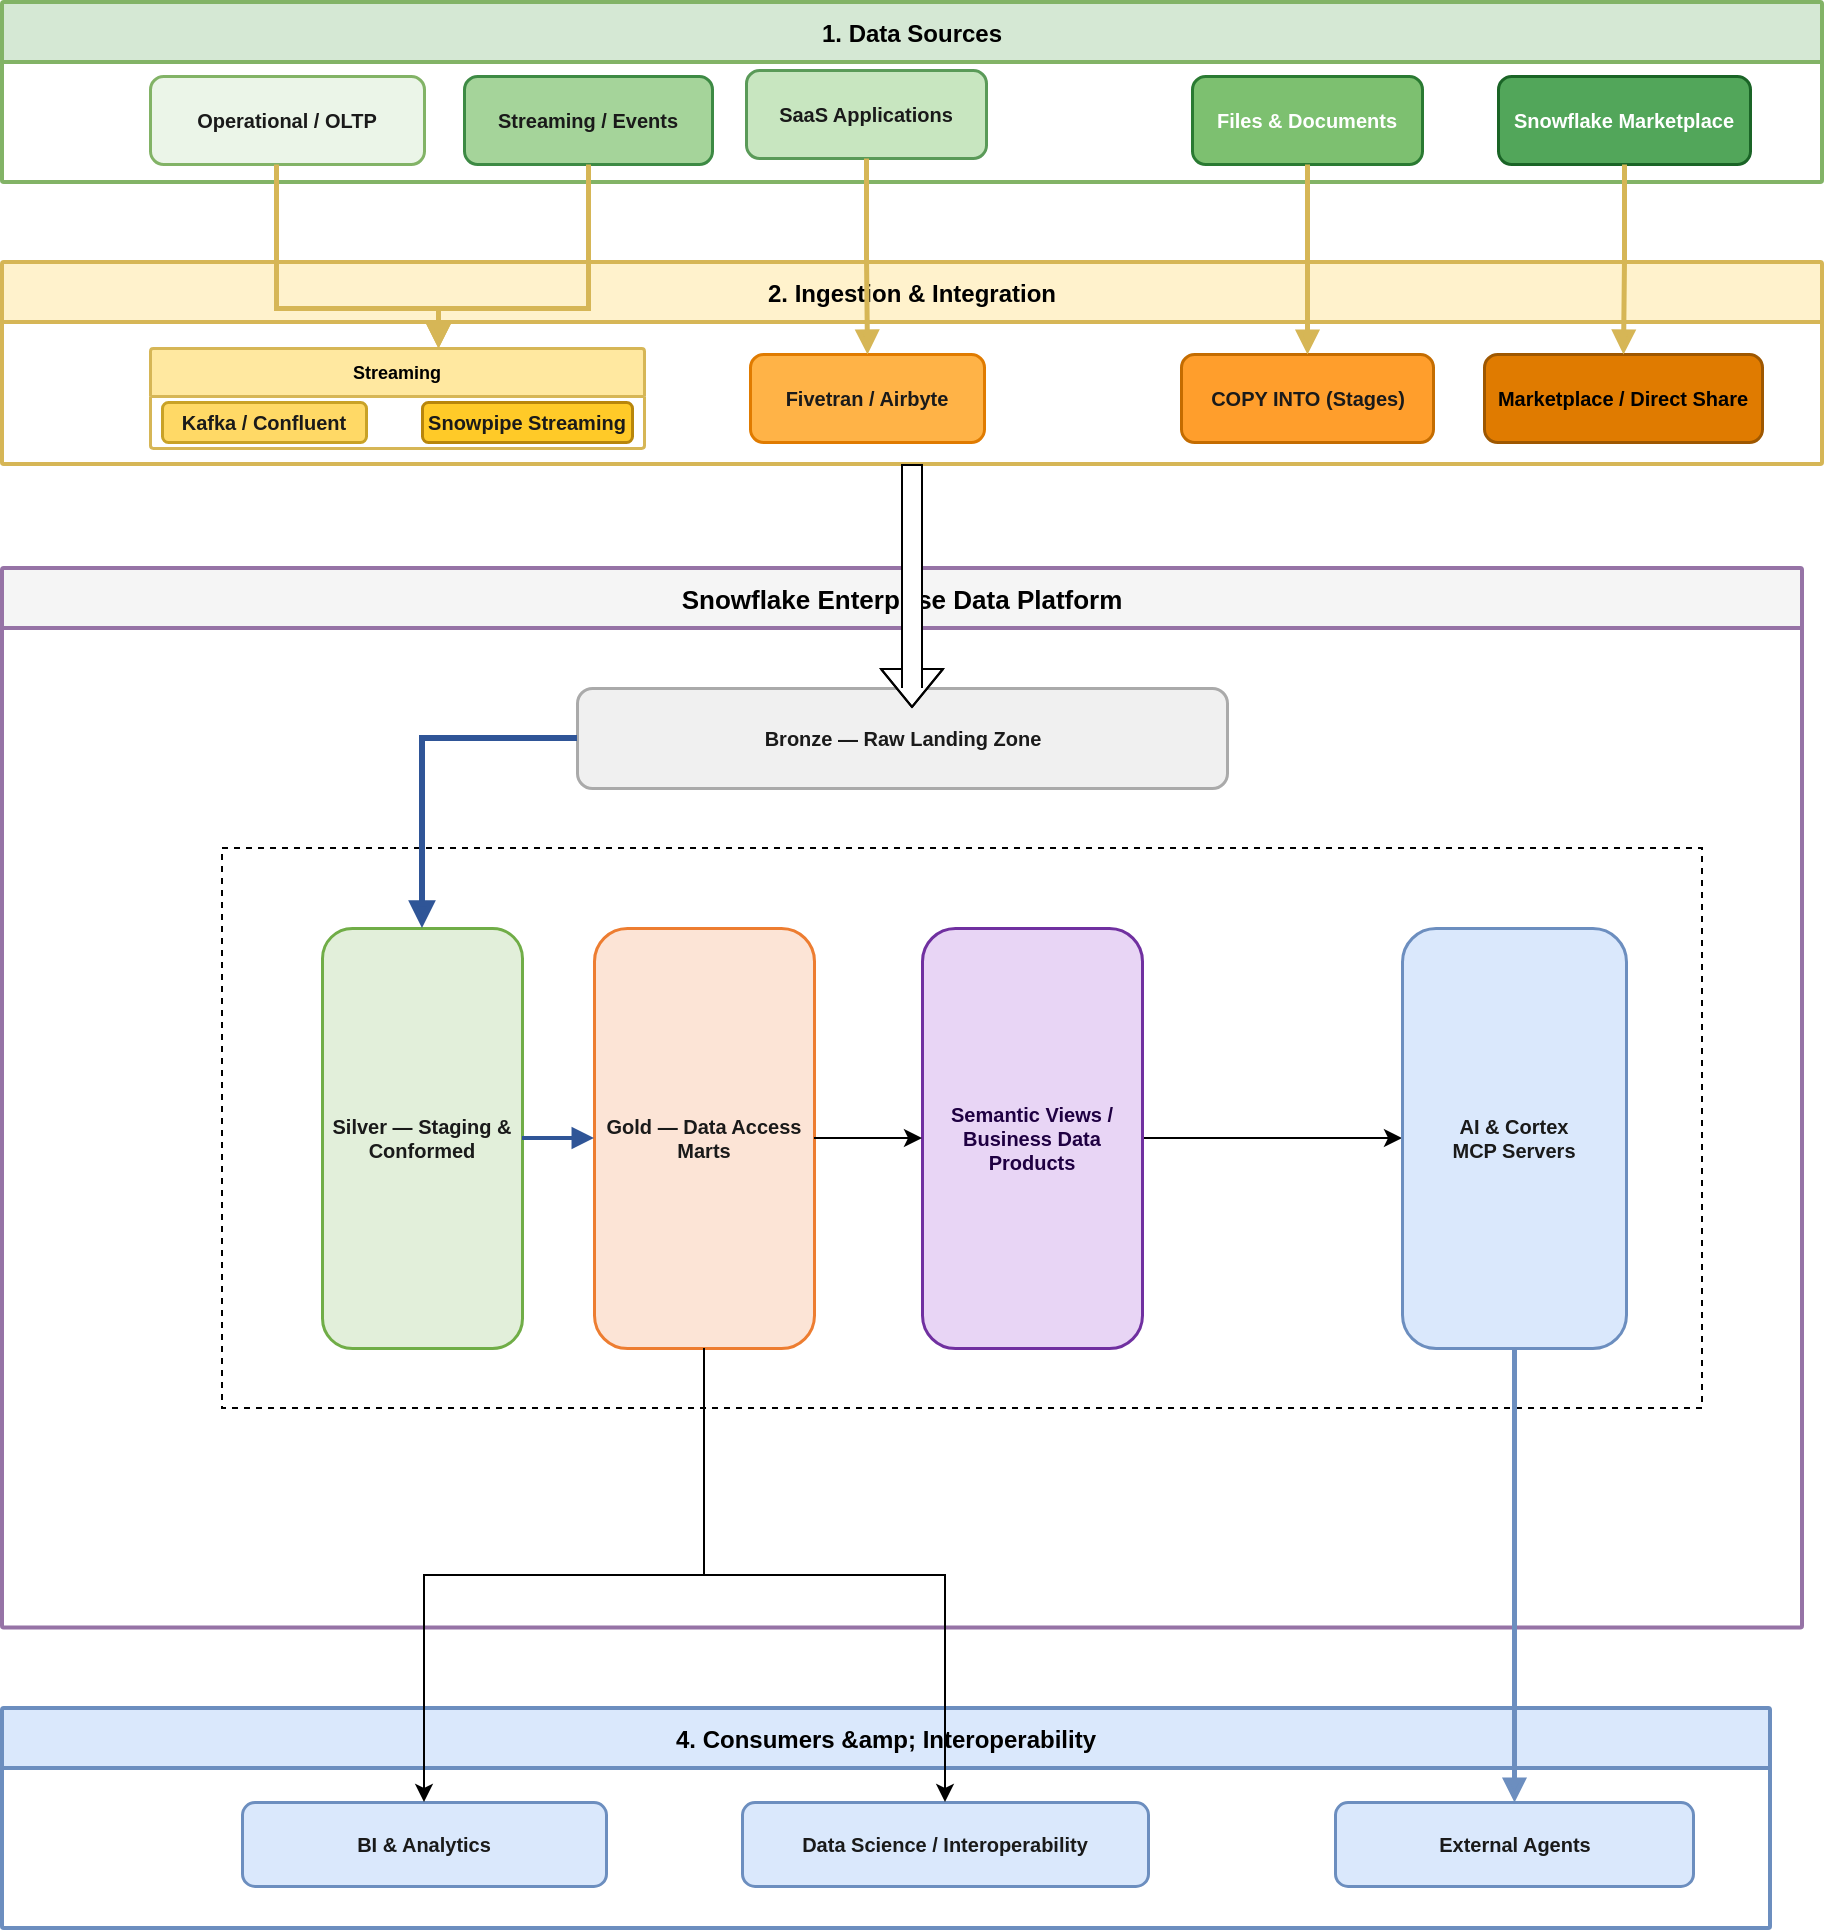
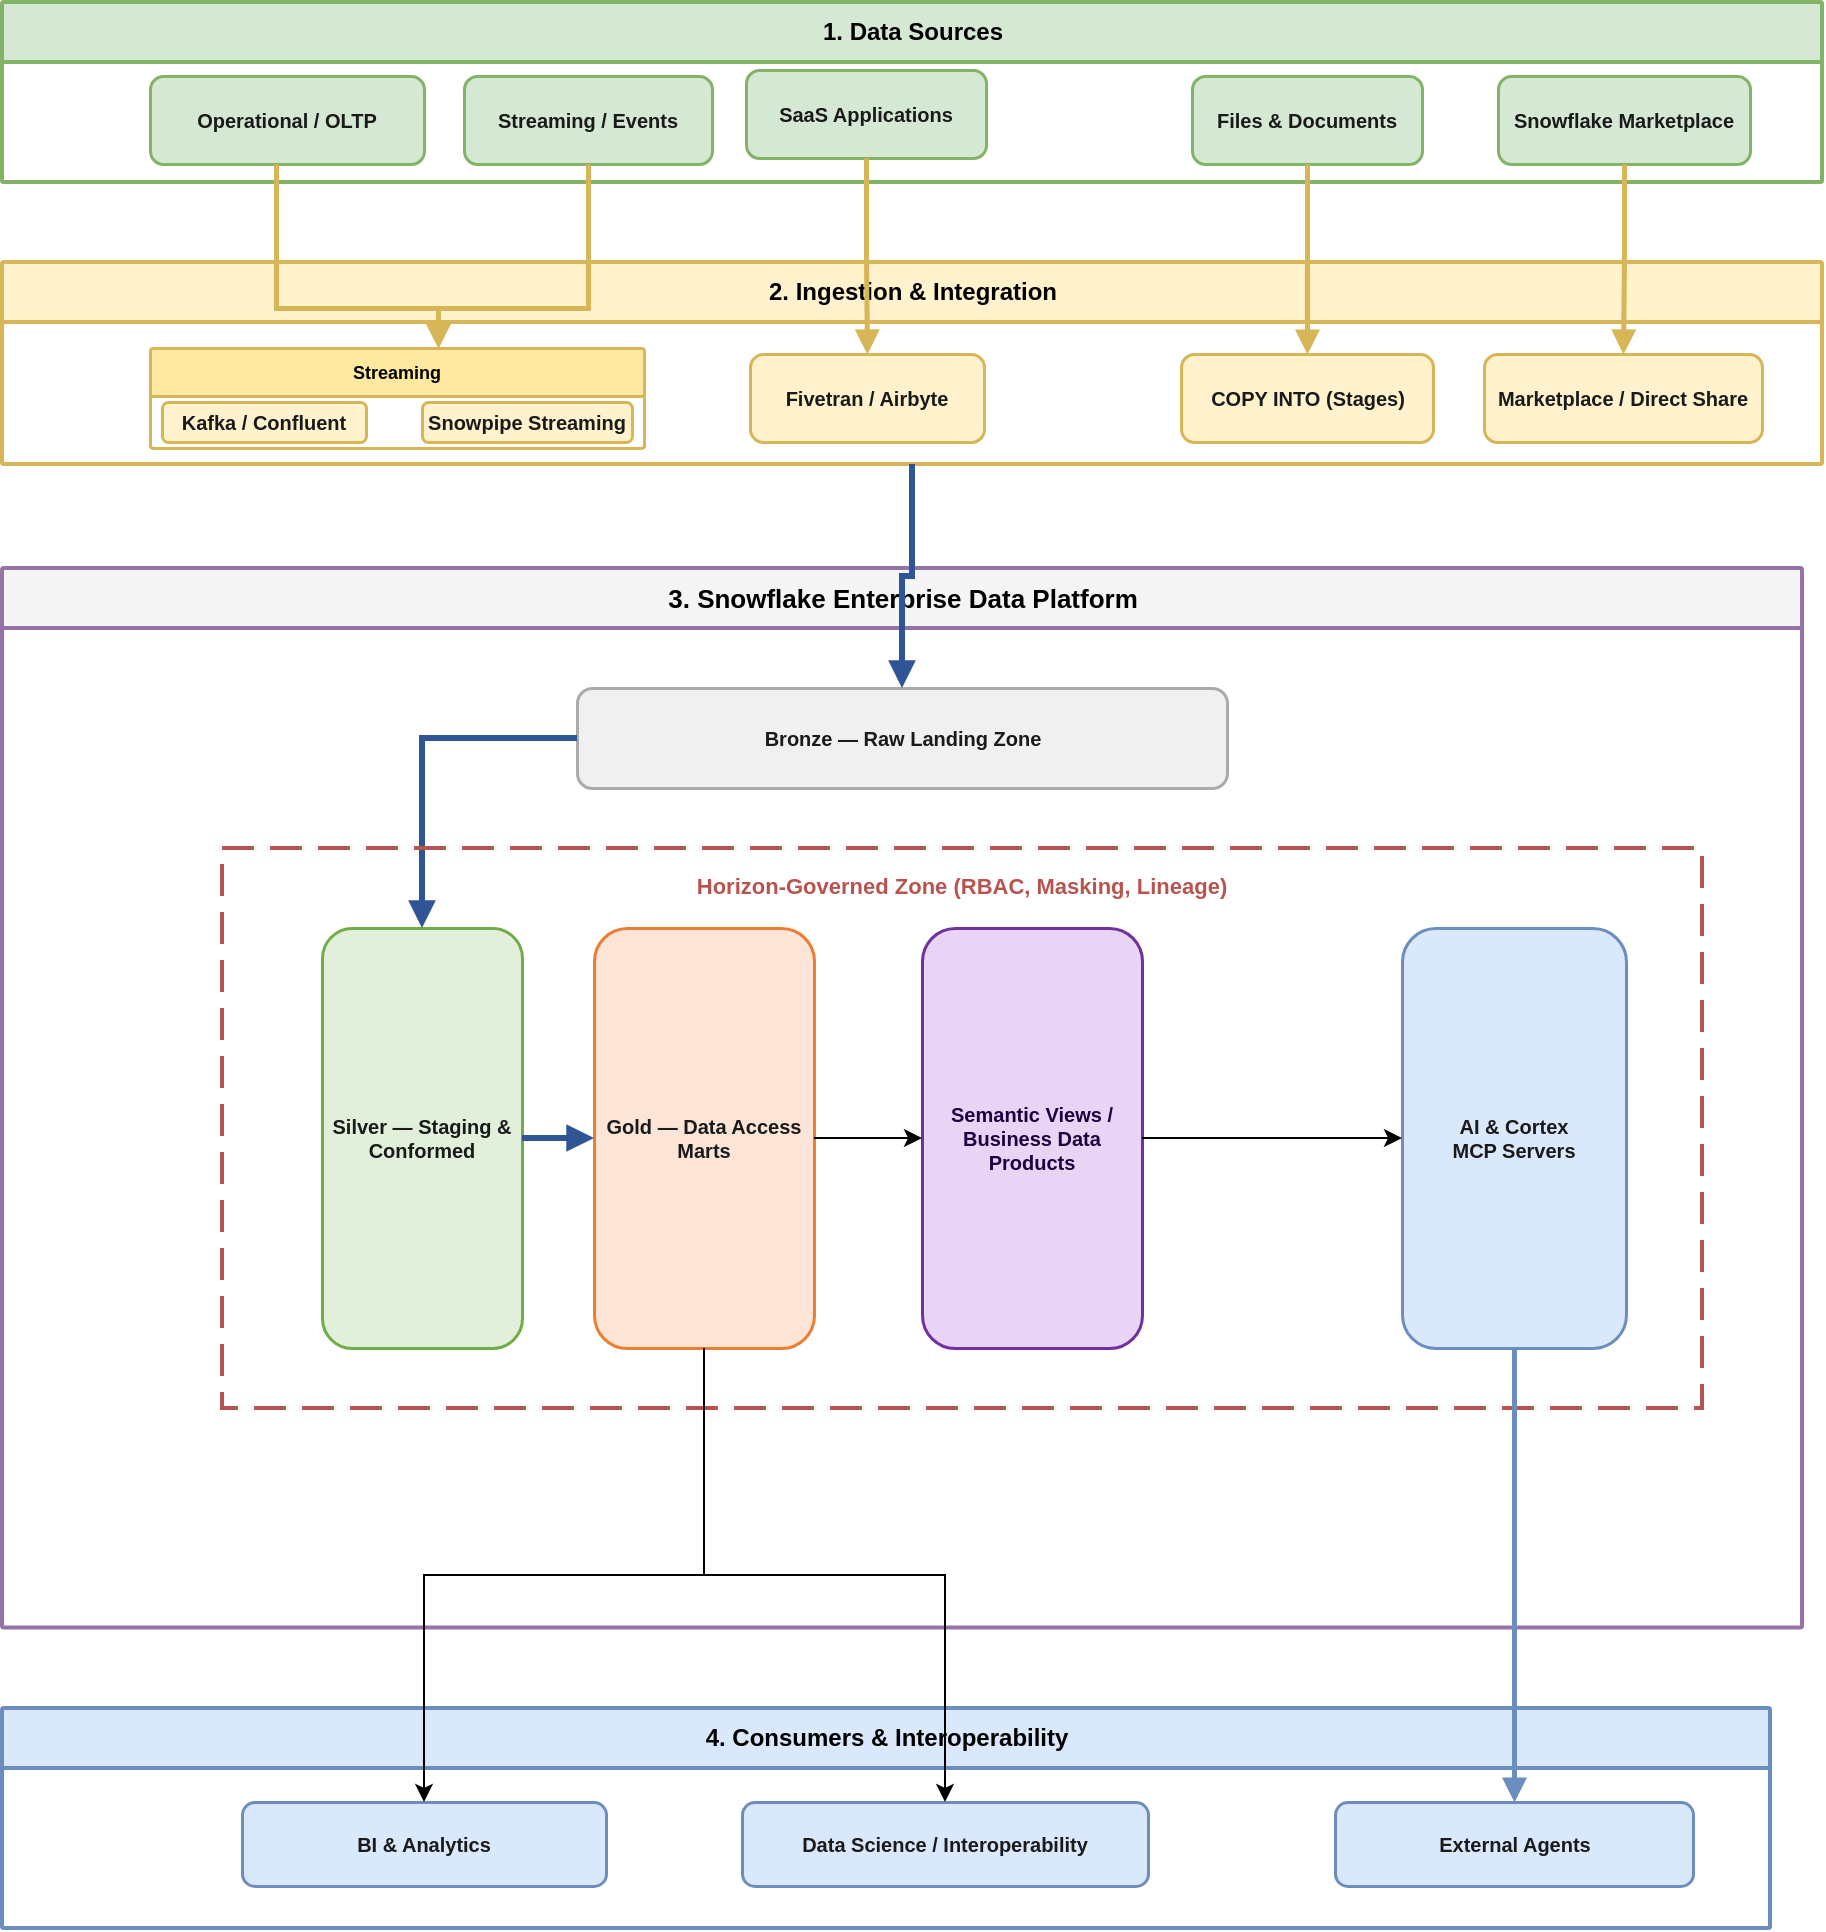
<mxfile host="app.diagrams.net">
  <diagram id="svpten-arch" name="SVPTEN Platform Architecture">
    <mxGraphModel dx="1166" dy="1137" grid="1" gridSize="10" guides="1" tooltips="1" connect="1" arrows="1" fold="1" page="1" pageScale="1" pageWidth="1400" pageHeight="960" math="0" shadow="0">
      <root>
        <mxCell id="0" />
        <mxCell id="1" parent="0" />
-         <mxCell id="YxopGKdeuyvlYZzn7uxj-4" parent="1" style="rounded=0;whiteSpace=wrap;html=1;dashed=1;" value="" vertex="1">
-           <mxGeometry height="280" width="740" x="140" y="460" as="geometry" />
-         </mxCell>
-         <mxCell id="src" parent="1" style="swimlane;startSize=30;horizontal=1;fillColor=#d5e8d4;strokeColor=#82b366;fontStyle=1;fontSize=12;strokeWidth=2;collapsible=0;rounded=1;arcSize=1;" value="1.  Data Sources" vertex="1">
+ 
+         <!-- ============ 1. DATA SOURCES ============ -->
+         <mxCell id="src" parent="1" style="swimlane;startSize=30;horizontal=1;fillColor=#d5e8d4;strokeColor=#82b366;fontStyle=1;fontSize=12;strokeWidth=2;collapsible=0;rounded=1;arcSize=1;html=1;" value="1.  Data Sources" vertex="1">
          <mxGeometry height="90" width="910" x="30" y="37" as="geometry" />
        </mxCell>
-         <mxCell id="s1" parent="src" style="rounded=1;whiteSpace=wrap;html=1;fillColor=#EBF5E8;strokeColor=#82b366;fontColor=#1a1a1a;fontSize=10;fontStyle=1;strokeWidth=1.5;" value="Operational / OLTP" vertex="1">
+         <mxCell id="s1" parent="src" style="rounded=1;whiteSpace=wrap;html=1;fillColor=#d5e8d4;strokeColor=#82b366;fontColor=#1a1a1a;fontSize=10;fontStyle=1;strokeWidth=1.5;" value="Operational / OLTP" vertex="1">
          <mxGeometry height="44" width="137" x="74" y="37" as="geometry" />
        </mxCell>
-         <mxCell id="s2" parent="src" style="rounded=1;whiteSpace=wrap;html=1;fillColor=#C8E6C0;strokeColor=#5A9A58;fontColor=#1a1a1a;fontSize=10;fontStyle=1;strokeWidth=1.5;" value="SaaS Applications" vertex="1">
+         <mxCell id="s2" parent="src" style="rounded=1;whiteSpace=wrap;html=1;fillColor=#d5e8d4;strokeColor=#82b366;fontColor=#1a1a1a;fontSize=10;fontStyle=1;strokeWidth=1.5;" value="SaaS Applications" vertex="1">
          <mxGeometry height="44" width="120" x="372" y="34" as="geometry" />
        </mxCell>
-         <mxCell id="s3" parent="src" style="rounded=1;whiteSpace=wrap;html=1;fillColor=#A5D49A;strokeColor=#3D8A44;fontColor=#1a1a1a;fontSize=10;fontStyle=1;strokeWidth=1.5;" value="Streaming / Events" vertex="1">
+         <mxCell id="s3" parent="src" style="rounded=1;whiteSpace=wrap;html=1;fillColor=#d5e8d4;strokeColor=#82b366;fontColor=#1a1a1a;fontSize=10;fontStyle=1;strokeWidth=1.5;" value="Streaming / Events" vertex="1">
          <mxGeometry height="44" width="124" x="231" y="37" as="geometry" />
        </mxCell>
-         <mxCell id="s4" parent="src" style="rounded=1;whiteSpace=wrap;html=1;fillColor=#7DC070;strokeColor=#2A7A32;fontColor=#ffffff;fontSize=10;fontStyle=1;strokeWidth=1.5;" value="Files &amp;amp; Documents" vertex="1">
+         <mxCell id="s4" parent="src" style="rounded=1;whiteSpace=wrap;html=1;fillColor=#d5e8d4;strokeColor=#82b366;fontColor=#1a1a1a;fontSize=10;fontStyle=1;strokeWidth=1.5;" value="Files &amp;amp; Documents" vertex="1">
          <mxGeometry height="44" width="115" x="595" y="37" as="geometry" />
        </mxCell>
-         <mxCell id="s5" parent="src" style="rounded=1;whiteSpace=wrap;html=1;fillColor=#52A65A;strokeColor=#1A6426;fontColor=#ffffff;fontSize=10;fontStyle=1;strokeWidth=1.5;" value="Snowflake Marketplace" vertex="1">
+         <mxCell id="s5" parent="src" style="rounded=1;whiteSpace=wrap;html=1;fillColor=#d5e8d4;strokeColor=#82b366;fontColor=#1a1a1a;fontSize=10;fontStyle=1;strokeWidth=1.5;" value="Snowflake Marketplace" vertex="1">
          <mxGeometry height="44" width="126" x="748" y="37" as="geometry" />
        </mxCell>
-         <mxCell id="ing" parent="1" style="swimlane;startSize=30;horizontal=1;fillColor=#fff2cc;strokeColor=#d6b656;fontStyle=1;fontSize=12;strokeWidth=2;collapsible=0;rounded=1;arcSize=1;" value="2.  Ingestion  &amp; Integration" vertex="1">
+ 
+         <!-- ============ 2. INGESTION & INTEGRATION ============ -->
+         <mxCell id="ing" parent="1" style="swimlane;startSize=30;horizontal=1;fillColor=#fff2cc;strokeColor=#d6b656;fontStyle=1;fontSize=12;strokeWidth=2;collapsible=0;rounded=1;arcSize=1;html=1;" value="2.  Ingestion  &amp;amp;  Integration" vertex="1">
          <mxGeometry height="101" width="910" x="30" y="167" as="geometry" />
        </mxCell>
        <mxCell id="strm" parent="ing" style="swimlane;startSize=24;horizontal=1;fillColor=#FFE8A0;strokeColor=#d6b656;fontStyle=1;fontSize=9;strokeWidth=1.5;collapsible=0;rounded=1;arcSize=2;" value="Streaming" vertex="1">
          <mxGeometry height="50" width="247" x="74" y="43" as="geometry" />
        </mxCell>
-         <mxCell id="c1" parent="strm" style="rounded=1;whiteSpace=wrap;html=1;fillColor=#FFD966;strokeColor=#c9a227;fontColor=#1a1a1a;fontSize=10;fontStyle=1;strokeWidth=1.5;" value="Kafka / Confluent" vertex="1">
+         <mxCell id="c1" parent="strm" style="rounded=1;whiteSpace=wrap;html=1;fillColor=#fff2cc;strokeColor=#d6b656;fontColor=#1a1a1a;fontSize=10;fontStyle=1;strokeWidth=1.5;" value="Kafka / Confluent" vertex="1">
          <mxGeometry height="20" width="102" x="6" y="27" as="geometry" />
        </mxCell>
-         <mxCell id="c2" parent="strm" style="rounded=1;whiteSpace=wrap;html=1;fillColor=#FFCA28;strokeColor=#b8860b;fontColor=#1a1a1a;fontSize=10;fontStyle=1;strokeWidth=1.5;" value="Snowpipe Streaming" vertex="1">
+         <mxCell id="c2" parent="strm" style="rounded=1;whiteSpace=wrap;html=1;fillColor=#fff2cc;strokeColor=#d6b656;fontColor=#1a1a1a;fontSize=10;fontStyle=1;strokeWidth=1.5;" value="Snowpipe Streaming" vertex="1">
          <mxGeometry height="20" width="105" x="136" y="27" as="geometry" />
        </mxCell>
-         <mxCell id="iftran" parent="ing" style="rounded=1;whiteSpace=wrap;html=1;fillColor=#FFB347;strokeColor=#e07b00;fontColor=#1a1a1a;fontSize=10;fontStyle=1;strokeWidth=1.5;" value="Fivetran / Airbyte" vertex="1">
+         <mxCell id="iftran" parent="ing" style="rounded=1;whiteSpace=wrap;html=1;fillColor=#fff2cc;strokeColor=#d6b656;fontColor=#1a1a1a;fontSize=10;fontStyle=1;strokeWidth=1.5;" value="Fivetran / Airbyte" vertex="1">
          <mxGeometry height="44" width="117" x="374" y="46" as="geometry" />
        </mxCell>
-         <mxCell id="istage" parent="ing" style="rounded=1;whiteSpace=wrap;html=1;fillColor=#FF9E2C;strokeColor=#c46c00;fontColor=#1a1a1a;fontSize=10;fontStyle=1;strokeWidth=1.5;" value="COPY INTO (Stages)" vertex="1">
+         <mxCell id="istage" parent="ing" style="rounded=1;whiteSpace=wrap;html=1;fillColor=#fff2cc;strokeColor=#d6b656;fontColor=#1a1a1a;fontSize=10;fontStyle=1;strokeWidth=1.5;" value="COPY INTO (Stages)" vertex="1">
          <mxGeometry height="44" width="126" x="589.5" y="46" as="geometry" />
        </mxCell>
-         <mxCell id="idirect" parent="ing" style="rounded=1;whiteSpace=wrap;html=1;fillColor=#E07B00;strokeColor=#9E5700;fontColor=#ffffff;fontSize=10;fontStyle=1;strokeWidth=1.5;" value="&lt;font style=&quot;color: light-dark(rgb(0, 0, 0), rgb(255, 255, 255));&quot;&gt;Marketplace / Direct Share&lt;/font&gt;" vertex="1">
+         <mxCell id="idirect" parent="ing" style="rounded=1;whiteSpace=wrap;html=1;fillColor=#fff2cc;strokeColor=#d6b656;fontColor=#1a1a1a;fontSize=10;fontStyle=1;strokeWidth=1.5;" value="Marketplace / Direct Share" vertex="1">
          <mxGeometry height="44" width="139" x="741" y="46" as="geometry" />
        </mxCell>
-         <mxCell id="plat" parent="1" style="swimlane;startSize=30;horizontal=1;fillColor=#f5f5f5;strokeColor=#9673a6;fontStyle=1;fontSize=13;strokeWidth=2;collapsible=0;rounded=1;arcSize=1;" value="Snowflake Enterprise Data Platform" vertex="1">
+ 
+         <!-- ============ 3. SNOWFLAKE ENTERPRISE DATA PLATFORM ============ -->
+         <mxCell id="plat" parent="1" style="swimlane;startSize=30;horizontal=1;fillColor=#f5f5f5;strokeColor=#9673a6;fontStyle=1;fontSize=13;strokeWidth=2;collapsible=0;rounded=1;arcSize=1;html=1;" value="3.  Snowflake Enterprise Data Platform" vertex="1">
          <mxGeometry height="529.75" width="900" x="30" y="320" as="geometry" />
        </mxCell>
        <mxCell id="brz" parent="plat" style="rounded=1;whiteSpace=wrap;html=1;fillColor=#f0f0f0;strokeColor=#aaaaaa;fontColor=#1a1a1a;fontSize=10;fontStyle=1;strokeWidth=1.5;" value="Bronze  —  Raw Landing Zone" vertex="1">
          <mxGeometry height="50" width="325" x="287.5" y="60" as="geometry" />
        </mxCell>
-         <mxCell id="YxopGKdeuyvlYZzn7uxj-10" edge="1" parent="plat" source="sem" style="edgeStyle=orthogonalEdgeStyle;rounded=0;orthogonalLoop=1;jettySize=auto;html=1;exitX=0.5;exitY=0;exitDx=0;exitDy=0;" target="YxopGKdeuyvlYZzn7uxj-7">
-           <mxGeometry relative="1" as="geometry" />
+         <mxCell id="YxopGKdeuyvlYZzn7uxj-1" parent="plat" style="rounded=1;whiteSpace=wrap;html=1;fillColor=#e2efda;strokeColor=#70ad47;fontColor=#1a1a1a;fontSize=10;fontStyle=1;strokeWidth=1.5;direction=south;" value="Silver  —  Staging &amp;amp; Conformed" vertex="1">
+           <mxGeometry height="210" width="100" x="160" y="180" as="geometry" />
+         </mxCell>
+         <mxCell id="YxopGKdeuyvlYZzn7uxj-2" parent="plat" style="rounded=1;whiteSpace=wrap;html=1;fillColor=#fce4d6;strokeColor=#ed7d31;fontColor=#1a1a1a;fontSize=10;fontStyle=1;strokeWidth=1.5;direction=south;" value="Gold  —  Data Access Marts" vertex="1">
+           <mxGeometry height="210" width="110" x="296" y="180" as="geometry" />
        </mxCell>
        <mxCell id="sem" parent="plat" style="rounded=1;whiteSpace=wrap;html=1;fillColor=#e8d5f5;strokeColor=#7030a0;fontColor=#1f0042;fontSize=10;fontStyle=1;strokeWidth=1.5;direction=south;" value="Semantic Views  /  Business Data Products" vertex="1">
          <mxGeometry height="210" width="110" x="460" y="180" as="geometry" />
        </mxCell>
-         <mxCell id="YxopGKdeuyvlYZzn7uxj-1" parent="plat" style="rounded=1;whiteSpace=wrap;html=1;fillColor=#e2efda;strokeColor=#70ad47;fontColor=#1a1a1a;fontSize=10;fontStyle=1;strokeWidth=1.5;direction=south;" value="Silver  —  Staging &amp;amp; Conformed" vertex="1">
-           <mxGeometry height="210" width="100" x="160" y="180" as="geometry" />
-         </mxCell>
        <mxCell id="YxopGKdeuyvlYZzn7uxj-7" parent="plat" style="rounded=1;whiteSpace=wrap;html=1;fillColor=#dae8fc;strokeColor=#6c8ebf;fontColor=#1a1a1a;fontSize=10;fontStyle=1;strokeWidth=1.5;direction=south;" value="AI  &amp;amp;  Cortex&lt;div&gt;MCP Servers&lt;/div&gt;" vertex="1">
          <mxGeometry height="210" width="112" x="700" y="180" as="geometry" />
        </mxCell>
-         <mxCell id="e12" edge="1" entryDx="0" entryDy="0" entryX="0.5" entryY="0" exitDx="0" exitDy="0" exitX="0.5" exitY="1" parent="plat" source="brz" style="edgeStyle=orthogonalEdgeStyle;rounded=0;html=1;strokeWidth=2.5;endArrow=block;endFill=1;strokeColor=#2f5597;strokeWidth=3;entryX=0;entryY=0.5;entryDx=0;entryDy=0;" target="YxopGKdeuyvlYZzn7uxj-1" value="">
-           <mxGeometry relative="1" as="geometry">
-             <mxPoint x="612" y="155" as="targetPoint" />
-           </mxGeometry>
-         </mxCell>
-         <mxCell id="YxopGKdeuyvlYZzn7uxj-2" parent="plat" style="rounded=1;whiteSpace=wrap;html=1;fillColor=#fce4d6;strokeColor=#ed7d31;fontColor=#1a1a1a;fontSize=10;fontStyle=1;strokeWidth=1.5;direction=south;" value="Gold  —  Data Access Marts" vertex="1">
-           <mxGeometry height="210" width="110" x="296" y="180" as="geometry" />
-         </mxCell>
-         <mxCell id="YxopGKdeuyvlYZzn7uxj-3" edge="1" entryDx="0" entryDy="0" entryX="0" entryY="0.5" exitDx="0" exitDy="0" exitX="1" exitY="0.5" parent="plat" source="YxopGKdeuyvlYZzn7uxj-1" style="edgeStyle=orthogonalEdgeStyle;rounded=0;html=1;strokeWidth=2.5;endArrow=block;endFill=1;strokeColor=#2f5597;strokeWidth=2;" target="YxopGKdeuyvlYZzn7uxj-2" value="">
+ 
+         <!-- Platform internal flow: Bronze -> Silver -> Gold -> Semantic -> AI/Cortex -->
+         <mxCell id="e12" edge="1" parent="plat" source="brz" target="YxopGKdeuyvlYZzn7uxj-1" style="edgeStyle=orthogonalEdgeStyle;rounded=0;html=1;strokeWidth=3;endArrow=block;endFill=1;strokeColor=#2f5597;" entryX="0.5" entryY="0" entryDx="0" entryDy="0" exitX="0.5" exitY="1" exitDx="0" exitDy="0" value="">
          <mxGeometry relative="1" as="geometry" />
        </mxCell>
-         <mxCell id="YxopGKdeuyvlYZzn7uxj-9" edge="1" parent="plat" source="YxopGKdeuyvlYZzn7uxj-2" style="edgeStyle=orthogonalEdgeStyle;rounded=0;orthogonalLoop=1;jettySize=auto;html=1;exitX=0.5;exitY=0;exitDx=0;exitDy=0;entryX=0.5;entryY=1;entryDx=0;entryDy=0;" target="sem">
+         <mxCell id="YxopGKdeuyvlYZzn7uxj-3" edge="1" parent="plat" source="YxopGKdeuyvlYZzn7uxj-1" target="YxopGKdeuyvlYZzn7uxj-2" style="edgeStyle=orthogonalEdgeStyle;rounded=0;html=1;strokeWidth=3;endArrow=block;endFill=1;strokeColor=#2f5597;" entryX="0" entryY="0.5" entryDx="0" entryDy="0" exitX="1" exitY="0.5" exitDx="0" exitDy="0" value="">
          <mxGeometry relative="1" as="geometry" />
        </mxCell>
-         <mxCell id="cons" parent="1" style="swimlane;startSize=30;horizontal=1;fillColor=#dae8fc;strokeColor=#6c8ebf;fontStyle=1;fontSize=12;strokeWidth=2;collapsible=0;rounded=1;arcSize=1;" value="4.  Consumers  &amp;amp;  Interoperability" vertex="1">
+         <mxCell id="YxopGKdeuyvlYZzn7uxj-9" edge="1" parent="plat" source="YxopGKdeuyvlYZzn7uxj-2" target="sem" style="edgeStyle=orthogonalEdgeStyle;rounded=0;orthogonalLoop=1;jettySize=auto;html=1;exitX=0.5;exitY=0;exitDx=0;exitDy=0;entryX=0.5;entryY=1;entryDx=0;entryDy=0;">
+           <mxGeometry relative="1" as="geometry" />
+         </mxCell>
+         <mxCell id="YxopGKdeuyvlYZzn7uxj-10" edge="1" parent="plat" source="sem" target="YxopGKdeuyvlYZzn7uxj-7" style="edgeStyle=orthogonalEdgeStyle;rounded=0;orthogonalLoop=1;jettySize=auto;html=1;exitX=0.5;exitY=0;exitDx=0;exitDy=0;">
+           <mxGeometry relative="1" as="geometry" />
+         </mxCell>
+ 
+         <!-- Governance boundary around the curated / shared / semantic / AI zones.
+              INFERRED: this box existed in the source file with no label, no fill,
+              and was declared first (so the platform swimlane's background painted
+              over it and it never actually rendered). Position lines up almost
+              exactly around Silver/Gold/Semantic/AI & Cortex, so it reads as an
+              intended governance perimeter. Rename or delete if that's not right. -->
+         <mxCell id="YxopGKdeuyvlYZzn7uxj-4" parent="1" style="rounded=0;whiteSpace=wrap;html=1;dashed=1;dashPattern=8 4;fillColor=none;strokeColor=#B85450;strokeWidth=2;verticalAlign=top;align=center;fontStyle=1;fontSize=11;fontColor=#B85450;spacingTop=6;" value="Horizon-Governed Zone (RBAC, Masking, Lineage)" vertex="1">
+           <mxGeometry height="280" width="740" x="140" y="460" as="geometry" />
+         </mxCell>
+ 
+         <!-- ============ 4. CONSUMERS & INTEROPERABILITY ============ -->
+         <mxCell id="cons" parent="1" style="swimlane;startSize=30;horizontal=1;fillColor=#dae8fc;strokeColor=#6c8ebf;fontStyle=1;fontSize=12;strokeWidth=2;collapsible=0;rounded=1;arcSize=1;html=1;" value="4.  Consumers  &amp;amp;  Interoperability" vertex="1">
          <mxGeometry height="110" width="884" x="30" y="890" as="geometry" />
        </mxCell>
        <mxCell id="cbi" parent="cons" style="rounded=1;whiteSpace=wrap;html=1;fillColor=#dae8fc;strokeColor=#6c8ebf;fontColor=#1a1a1a;fontSize=10;fontStyle=1;strokeWidth=1.5;" value="BI  &amp;amp;  Analytics" vertex="1">
          <mxGeometry height="42" width="182" x="120" y="47" as="geometry" />
        </mxCell>
+         <mxCell id="cds" parent="cons" style="rounded=1;whiteSpace=wrap;html=1;fillColor=#dae8fc;strokeColor=#6c8ebf;fontColor=#1a1a1a;fontSize=10;fontStyle=1;strokeWidth=1.5;" value="Data Science  /  Interoperability" vertex="1">
+           <mxGeometry height="42" width="203" x="370" y="47" as="geometry" />
+         </mxCell>
        <mxCell id="cai" parent="cons" style="rounded=1;whiteSpace=wrap;html=1;fillColor=#dae8fc;strokeColor=#6c8ebf;fontColor=#1a1a1a;fontSize=10;fontStyle=1;strokeWidth=1.5;" value="External Agents" vertex="1">
          <mxGeometry height="42" width="179" x="666.5" y="47" as="geometry" />
        </mxCell>
-         <mxCell id="cds" parent="cons" style="rounded=1;whiteSpace=wrap;html=1;fillColor=#dae8fc;strokeColor=#6c8ebf;fontColor=#1a1a1a;fontSize=10;fontStyle=1;strokeWidth=1.5;" value="Data Science  /  Interoperability" vertex="1">
-           <mxGeometry height="42" width="203" x="370" y="47" as="geometry" />
-         </mxCell>
-         <mxCell id="e3" edge="1" entryDx="0" entryDy="0" entryX="0.15" entryY="0" exitDx="0" exitDy="0" exitX="0.5" exitY="1" parent="1" source="s1" style="edgeStyle=orthogonalEdgeStyle;rounded=0;html=1;strokeWidth=2.5;endArrow=block;endFill=1;strokeColor=#d6b656;" target="strm" value="">
+ 
+         <!-- Sources -> Ingestion -->
+         <mxCell id="e3" edge="1" parent="1" source="s1" target="strm" style="edgeStyle=orthogonalEdgeStyle;rounded=0;html=1;strokeWidth=2.5;endArrow=block;endFill=1;strokeColor=#d6b656;" entryX="0.15" entryY="0" entryDx="0" entryDy="0" exitX="0.5" exitY="1" exitDx="0" exitDy="0" value="">
          <mxGeometry relative="1" as="geometry">
            <Array as="points">
              <mxPoint x="167" y="190" />
              <mxPoint x="248" y="190" />
            </Array>
          </mxGeometry>
        </mxCell>
-         <mxCell id="e4" edge="1" entryDx="0" entryDy="0" entryX="0.5" entryY="0" exitDx="0" exitDy="0" exitX="0.5" exitY="1" parent="1" source="s2" style="edgeStyle=orthogonalEdgeStyle;rounded=0;html=1;strokeWidth=2.5;endArrow=block;endFill=1;strokeColor=#d6b656;" target="iftran" value="">
+         <mxCell id="e4" edge="1" parent="1" source="s2" target="iftran" style="edgeStyle=orthogonalEdgeStyle;rounded=0;html=1;strokeWidth=2.5;endArrow=block;endFill=1;strokeColor=#d6b656;" entryX="0.5" entryY="0" entryDx="0" entryDy="0" exitX="0.5" exitY="1" exitDx="0" exitDy="0" value="">
          <mxGeometry relative="1" as="geometry" />
        </mxCell>
-         <mxCell id="e5" edge="1" entryDx="0" entryDy="0" entryX="0.5" entryY="0" exitDx="0" exitDy="0" exitX="0.5" exitY="1" parent="1" source="s3" style="edgeStyle=orthogonalEdgeStyle;rounded=0;html=1;strokeWidth=2.5;endArrow=block;endFill=1;strokeColor=#d6b656;" target="strm" value="">
+         <mxCell id="e5" edge="1" parent="1" source="s3" target="strm" style="edgeStyle=orthogonalEdgeStyle;rounded=0;html=1;strokeWidth=2.5;endArrow=block;endFill=1;strokeColor=#d6b656;" entryX="0.5" entryY="0" entryDx="0" entryDy="0" exitX="0.5" exitY="1" exitDx="0" exitDy="0" value="">
          <mxGeometry relative="1" as="geometry">
            <Array as="points">
              <mxPoint x="323" y="190" />
              <mxPoint x="248" y="190" />
            </Array>
          </mxGeometry>
        </mxCell>
-         <mxCell id="e6" edge="1" entryDx="0" entryDy="0" entryX="0.5" entryY="0" exitDx="0" exitDy="0" exitX="0.5" exitY="1" parent="1" source="s4" style="edgeStyle=orthogonalEdgeStyle;rounded=0;html=1;strokeWidth=2.5;endArrow=block;endFill=1;strokeColor=#d6b656;" target="istage" value="">
+         <mxCell id="e6" edge="1" parent="1" source="s4" target="istage" style="edgeStyle=orthogonalEdgeStyle;rounded=0;html=1;strokeWidth=2.5;endArrow=block;endFill=1;strokeColor=#d6b656;" entryX="0.5" entryY="0" entryDx="0" entryDy="0" exitX="0.5" exitY="1" exitDx="0" exitDy="0" value="">
          <mxGeometry relative="1" as="geometry" />
        </mxCell>
-         <mxCell id="e7" edge="1" entryDx="0" entryDy="0" entryX="0.5" entryY="0" exitDx="0" exitDy="0" exitX="0.5" exitY="1" parent="1" source="s5" style="edgeStyle=orthogonalEdgeStyle;rounded=0;html=1;strokeWidth=2.5;endArrow=block;endFill=1;strokeColor=#d6b656;" target="idirect" value="">
+         <mxCell id="e7" edge="1" parent="1" source="s5" target="idirect" style="edgeStyle=orthogonalEdgeStyle;rounded=0;html=1;strokeWidth=2.5;endArrow=block;endFill=1;strokeColor=#d6b656;" entryX="0.5" entryY="0" entryDx="0" entryDy="0" exitX="0.5" exitY="1" exitDx="0" exitDy="0" value="">
          <mxGeometry relative="1" as="geometry" />
        </mxCell>
-         <mxCell id="e16" edge="1" entryDx="0" entryDy="0" entryX="0.5" entryY="0" exitDx="0" exitDy="0" exitX="0.5" exitY="1" parent="1" source="YxopGKdeuyvlYZzn7uxj-7" style="edgeStyle=orthogonalEdgeStyle;rounded=0;html=1;strokeWidth=2.5;endArrow=block;endFill=1;strokeColor=#6c8ebf;strokeWidth=2.5;" target="cai" value="">
+ 
+         <!-- Ingestion -> Bronze. FIXED: originally had no target, just a
+              floating point near Bronze's top edge (shape=flexArrow with no
+              endpoint set), so nothing actually connected. -->
+         <mxCell id="YxopGKdeuyvlYZzn7uxj-14" edge="1" parent="1" source="ing" target="brz" style="edgeStyle=orthogonalEdgeStyle;rounded=0;html=1;strokeWidth=3;endArrow=block;endFill=1;strokeColor=#2f5597;" exitX="0.5" exitY="1" exitDx="0" exitDy="0" entryX="0.5" entryY="0" entryDx="0" entryDy="0" value="">
+           <mxGeometry relative="1" as="geometry" />
+         </mxCell>
+ 
+         <!-- Platform -> Consumers -->
+         <mxCell id="YxopGKdeuyvlYZzn7uxj-11" edge="1" parent="1" source="YxopGKdeuyvlYZzn7uxj-2" target="cbi" style="edgeStyle=orthogonalEdgeStyle;rounded=0;orthogonalLoop=1;jettySize=auto;html=1;exitX=1;exitY=0.5;exitDx=0;exitDy=0;">
+           <mxGeometry relative="1" as="geometry" />
+         </mxCell>
+         <mxCell id="YxopGKdeuyvlYZzn7uxj-13" edge="1" parent="1" source="YxopGKdeuyvlYZzn7uxj-2" target="cds" style="edgeStyle=orthogonalEdgeStyle;rounded=0;orthogonalLoop=1;jettySize=auto;html=1;exitX=1;exitY=0.5;exitDx=0;exitDy=0;entryX=0.5;entryY=0;entryDx=0;entryDy=0;">
+           <mxGeometry relative="1" as="geometry">
+             <mxPoint x="590" y="930" as="targetPoint" />
+           </mxGeometry>
+         </mxCell>
+         <mxCell id="e16" edge="1" parent="1" source="YxopGKdeuyvlYZzn7uxj-7" target="cai" style="edgeStyle=orthogonalEdgeStyle;rounded=0;html=1;strokeWidth=2.5;endArrow=block;endFill=1;strokeColor=#6c8ebf;" entryX="0.5" entryY="0" entryDx="0" entryDy="0" exitX="0.5" exitY="1" exitDx="0" exitDy="0" value="">
          <mxGeometry relative="1" as="geometry">
            <mxPoint x="902" y="690" as="sourcePoint" />
          </mxGeometry>
        </mxCell>
-         <mxCell id="YxopGKdeuyvlYZzn7uxj-11" edge="1" parent="1" source="YxopGKdeuyvlYZzn7uxj-2" style="edgeStyle=orthogonalEdgeStyle;rounded=0;orthogonalLoop=1;jettySize=auto;html=1;exitX=1;exitY=0.5;exitDx=0;exitDy=0;" target="cbi">
-           <mxGeometry relative="1" as="geometry" />
-         </mxCell>
-         <mxCell id="YxopGKdeuyvlYZzn7uxj-13" edge="1" parent="1" source="YxopGKdeuyvlYZzn7uxj-2" style="edgeStyle=orthogonalEdgeStyle;rounded=0;orthogonalLoop=1;jettySize=auto;html=1;exitX=1;exitY=0.5;exitDx=0;exitDy=0;entryX=0.5;entryY=0;entryDx=0;entryDy=0;" target="cds">
-           <mxGeometry relative="1" as="geometry">
-             <mxPoint x="590" y="930" as="targetPoint" />
-           </mxGeometry>
-         </mxCell>
-         <mxCell id="YxopGKdeuyvlYZzn7uxj-14" edge="1" parent="1" source="ing" style="edgeStyle=orthogonalEdgeStyle;rounded=0;orthogonalLoop=1;jettySize=auto;html=1;shape=flexArrow;fillColor=light-dark(#FFFFFF,#994C00);">
-           <mxGeometry relative="1" as="geometry">
-             <Array as="points">
-               <mxPoint x="485" y="380" />
-             </Array>
-             <mxPoint x="485" y="390" as="targetPoint" />
-           </mxGeometry>
-         </mxCell>
+ 
      </root>
    </mxGraphModel>
  </diagram>
</mxfile>
